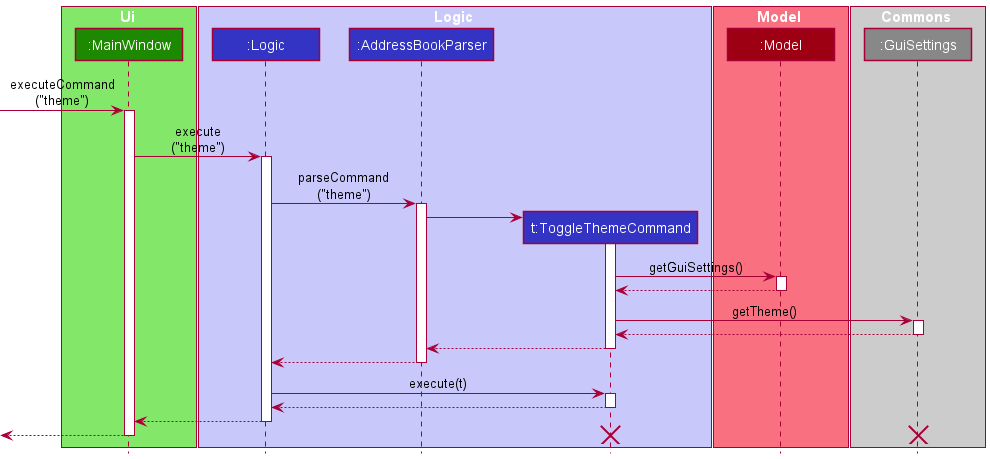
Before: docs/images/ThemeDiagramLogicExecute.png, a diagram exported from PlantUML (nus-cs2103-AY2021S2/tp). The source it was exported from:
```plantuml
@startuml
!include style.puml

skinparam MinClassWidth 93

box Ui UI_COLOR_T1
participant ":MainWindow" as MainWindow UI_COLOR
end box

box Logic LOGIC_COLOR_T1
participant ":Logic" as Logic LOGIC_COLOR
participant ":AddressBookParser" as AddressBookParser LOGIC_COLOR
participant "t:ToggleThemeCommand" as ToggleThemeCommand LOGIC_COLOR
end box

box Model MODEL_COLOR_T1
participant ":Model" as Model MODEL_COLOR
end box

box Commons #ccc
participant "g:GuiSettings" as GuiSettingsNew #888
participant ":GuiSettings" as GuiSettings #888
end box

hide unlinked
[-> MainWindow : executeCommand\n("theme")
activate MainWindow
MainWindow -> Logic : execute\n("theme")
activate Logic

Logic -> AddressBookParser : parseCommand\n("theme")
activate AddressBookParser
create ToggleThemeCommand
AddressBookParser -> ToggleThemeCommand
activate ToggleThemeCommand

ToggleThemeCommand -> Model : getGuiSettings()
activate Model
Model --> ToggleThemeCommand
deactivate Model
ToggleThemeCommand -> GuiSettings : getTheme()
activate GuiSettings
GuiSettings --> ToggleThemeCommand
deactivate GuiSettings

ToggleThemeCommand --> AddressBookParser
deactivate ToggleThemeCommand
AddressBookParser --> Logic
deactivate AddressBookParser
Logic -> ToggleThemeCommand : execute(t)
activate ToggleThemeCommand
ToggleThemeCommand --> Logic
deactivate ToggleThemeCommand
Logic --> MainWindow
deactivate Logic

[<-- MainWindow
deactivate MainWindow
destroy GuiSettings
destroy ToggleThemeCommand
@enduml
```
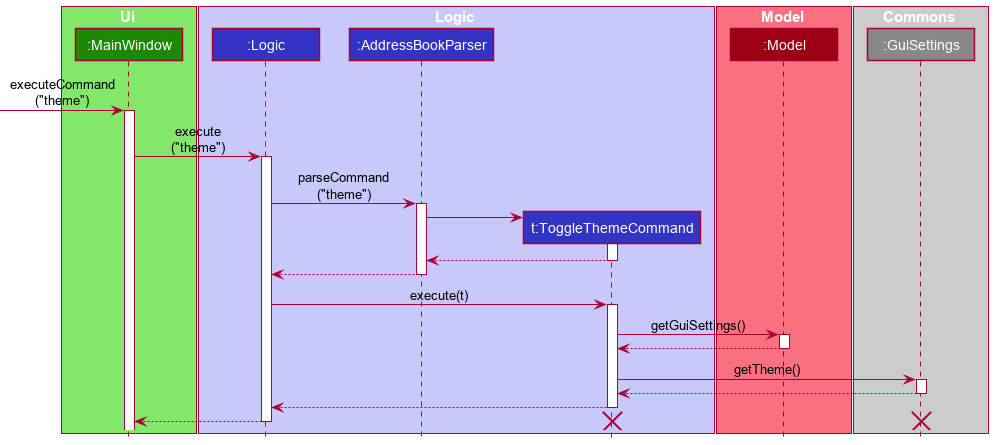
Above is the later version.

Commit message:
Correct toggletheme uml diagram

The edit, as a diff of the source:
```diff
@@ -23,6 +23,7 @@
 end box
 
 hide unlinked
+
 [-> MainWindow : executeCommand\n("theme")
 activate MainWindow
 MainWindow -> Logic : execute\n("theme")
@@ -34,6 +35,14 @@
 AddressBookParser -> ToggleThemeCommand
 activate ToggleThemeCommand
 
+
+ToggleThemeCommand --> AddressBookParser
+deactivate ToggleThemeCommand
+AddressBookParser --> Logic
+deactivate AddressBookParser
+Logic -> ToggleThemeCommand : execute(t)
+activate ToggleThemeCommand
+
 ToggleThemeCommand -> Model : getGuiSettings()
 activate Model
 Model --> ToggleThemeCommand
@@ -43,19 +52,12 @@
 GuiSettings --> ToggleThemeCommand
 deactivate GuiSettings
 
-ToggleThemeCommand --> AddressBookParser
-deactivate ToggleThemeCommand
-AddressBookParser --> Logic
-deactivate AddressBookParser
-Logic -> ToggleThemeCommand : execute(t)
-activate ToggleThemeCommand
 ToggleThemeCommand --> Logic
 deactivate ToggleThemeCommand
 Logic --> MainWindow
 deactivate Logic
 
-[<-- MainWindow
-deactivate MainWindow
+
 destroy GuiSettings
 destroy ToggleThemeCommand
 @enduml
```
